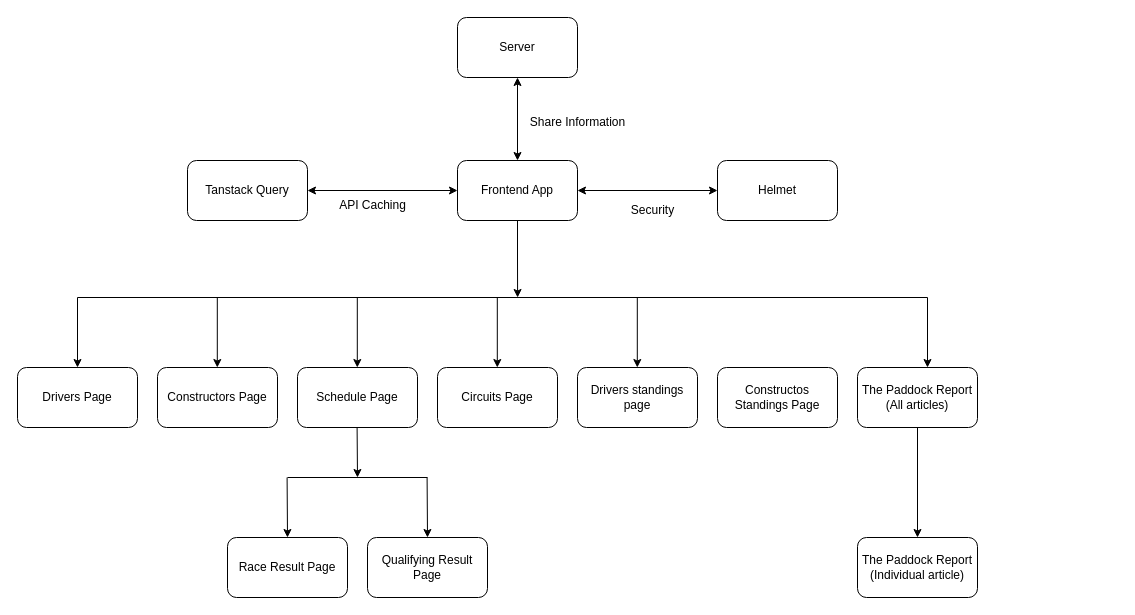
Earlier version of the draw.io diagram documentation/gridbox-frontend.drawio (roshith-prakash/Gridbox-F1-Frontend). Source tidied: cells renumbered, new cells numbered last; positions are measured from the earlier drawing's top-left corner, leaving out a move shared by most shapes. Both pictures are drawn from the tidied source at 100%, with x=0, y=0 at pixel (17, 17).
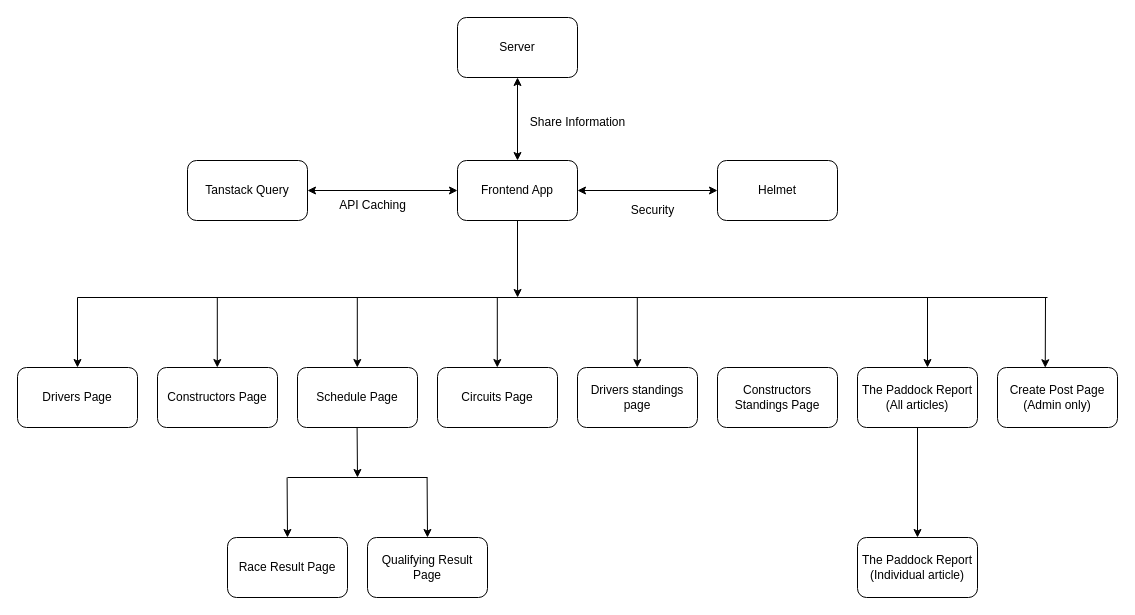
After the change.

What changed in the source:
```diff
@@
-    <mxCell id="12" value="Constructos Standings Page" style="rounded=1;whiteSpace=wrap;html=1;" parent="1" vertex="1">
+    <mxCell id="12" value="Constructors Standings Page" style="rounded=1;whiteSpace=wrap;html=1;" parent="1" vertex="1">
       <mxGeometry x="700" y="350" width="120" height="60" as="geometry" />
     </mxCell>
@@
     <mxCell id="17" style="endArrow=none;html=1;rounded=0;" parent="1" edge="1">
       <mxGeometry relative="1" as="geometry">
         <mxPoint x="60" y="280" as="sourcePoint" />
-        <mxPoint x="910" y="280" as="targetPoint" />
+        <mxPoint x="1030" y="280" as="targetPoint" />
       </mxGeometry>
     </mxCell>
@@
+    <mxCell id="35" value="Create Post Page&lt;br&gt;(Admin only)" style="rounded=1;whiteSpace=wrap;html=1;" parent="1" vertex="1">
+      <mxGeometry x="980" y="350" width="120" height="60" as="geometry" />
+    </mxCell>
+    <mxCell id="36" style="endArrow=classic;html=1;rounded=0;entryX=0.398;entryY=0.004;entryDx=0;entryDy=0;entryPerimeter=0;" parent="1" edge="1" target="35">
+      <mxGeometry relative="1" as="geometry">
+        <mxPoint x="1028" y="280" as="sourcePoint" />
+      </mxGeometry>
+    </mxCell>
```
